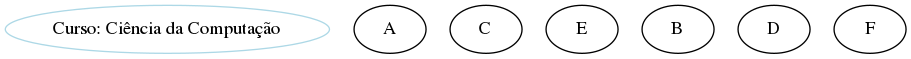
Earlier version of the Graphviz export Projeto_2/ordenacaoTop.dot.png (joaoadm94/tag-2019-2). Its source is kept beside it as Projeto_2/ordenacaoTop.dot.
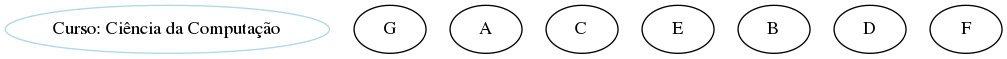
After the change.

The edit, as a diff of the source:
```diff
@@ -1,3 +1,3 @@
 digraph OrdenacaoTopol {
- c [color=lightblue, label="Curso: Ciência da Computação"];"A" ;"C" ;"E" ;"B" ;"D" ;"F" ;
+ c [color=lightblue, label="Curso: Ciência da Computação"];"G" ;"A" ;"C" ;"E" ;"B" ;"D" ;"F" ;
 }
```
